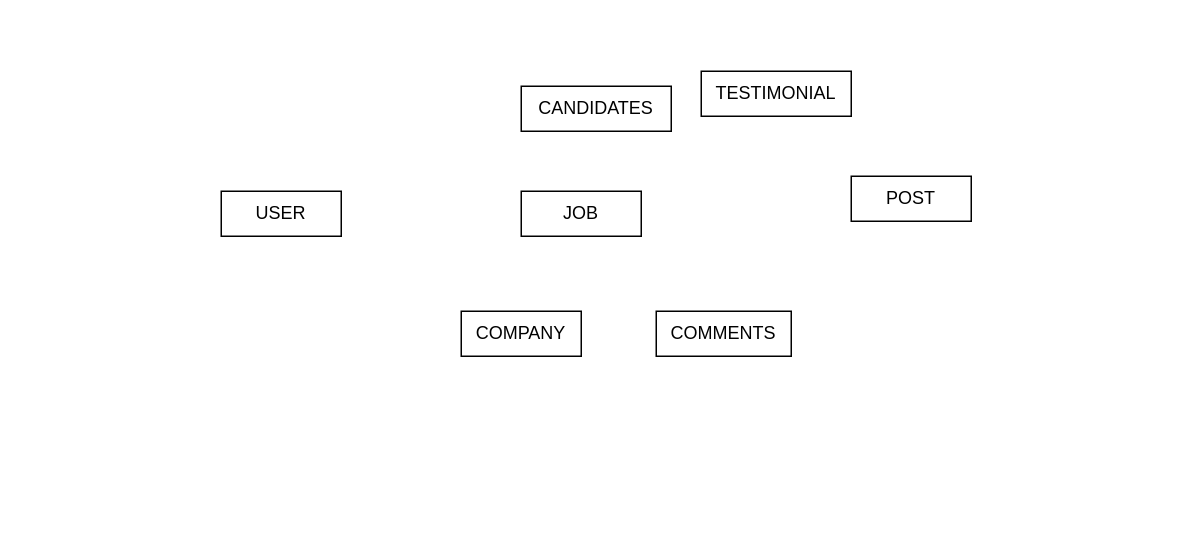
Earlier version of the draw.io diagram LokProWebsite.drawio (wetofu/LokPro). Source tidied: cells renumbered, new cells numbered last; positions are measured from the earlier drawing's top-left corner, leaving out a move shared by most shapes. Both pictures are drawn from the tidied source at 150%, with x=0, y=0 at pixel (220, 70).
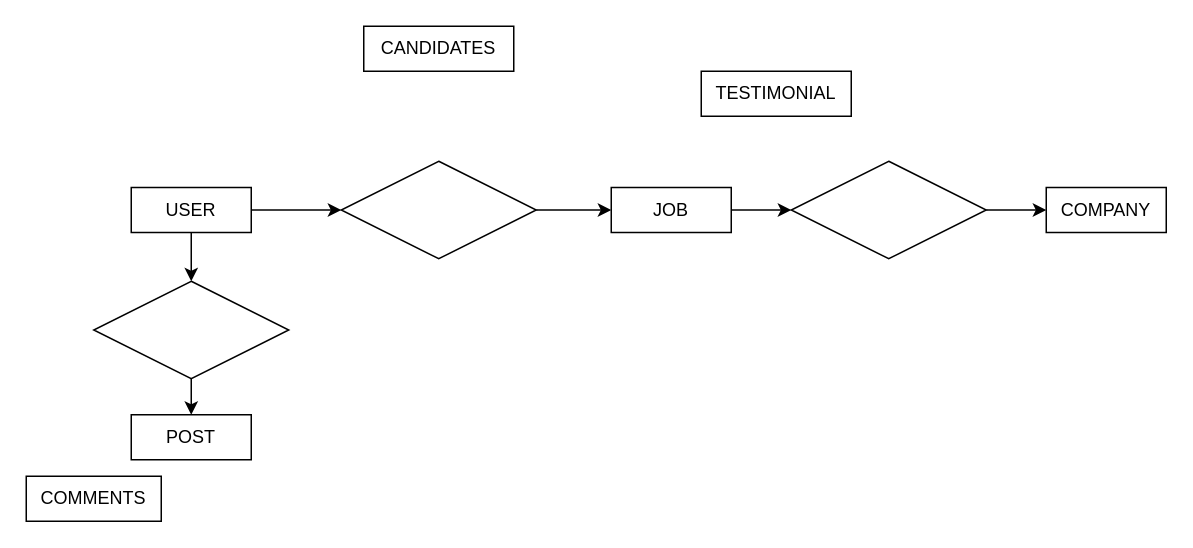
Above is the later version.

Change to the diagram source:
```diff
@@
 <mxGraphModel>
   <root>
     <mxCell id="0" />
     <mxCell id="1" parent="0" />
+    <mxCell id="9" style="edgeStyle=orthogonalEdgeStyle;rounded=0;jettySize=auto;html=1;" parent="1" edge="1" source="2" target="13">
+      <mxGeometry relative="1" as="geometry" />
+    </mxCell>
+    <mxCell id="10" style="edgeStyle=orthogonalEdgeStyle;rounded=0;jettySize=auto;html=1;entryX=0.5;entryY=0;entryDx=0;entryDy=0;" parent="1" edge="1" source="2" target="15">
+      <mxGeometry relative="1" as="geometry" />
+    </mxCell>
     <mxCell id="2" value="USER" style="rounded=0;whiteSpace=wrap;html=1;" parent="1" vertex="1">
-      <mxGeometry y="80" width="80" height="30" as="geometry" />
+      <mxGeometry x="-60" y="77.5" width="80" height="30" as="geometry" />
     </mxCell>
+    <mxCell id="11" style="edgeStyle=orthogonalEdgeStyle;rounded=0;jettySize=auto;html=1;" parent="1" edge="1" source="3" target="17">
+      <mxGeometry relative="1" as="geometry" />
+    </mxCell>
     <mxCell id="3" value="JOB" style="rounded=0;whiteSpace=wrap;html=1;" parent="1" vertex="1">
-      <mxGeometry x="200" y="80" width="80" height="30" as="geometry" />
+      <mxGeometry x="260" y="77.5" width="80" height="30" as="geometry" />
     </mxCell>
     <mxCell id="4" value="POST" style="rounded=0;whiteSpace=wrap;html=1;" parent="1" vertex="1">
-      <mxGeometry x="420" y="70" width="80" height="30" as="geometry" />
+      <mxGeometry x="-60" y="229" width="80" height="30" as="geometry" />
     </mxCell>
     <mxCell id="5" value="COMPANY" style="rounded=0;whiteSpace=wrap;html=1;" parent="1" vertex="1">
-      <mxGeometry x="160" y="160" width="80" height="30" as="geometry" />
+      <mxGeometry x="550" y="77.5" width="80" height="30" as="geometry" />
     </mxCell>
     <mxCell id="6" value="COMMENTS" style="rounded=0;whiteSpace=wrap;html=1;" parent="1" vertex="1">
-      <mxGeometry x="290" y="160" width="90" height="30" as="geometry" />
+      <mxGeometry x="-130" y="270" width="90" height="30" as="geometry" />
     </mxCell>
     <mxCell id="7" value="CANDIDATES" style="rounded=0;whiteSpace=wrap;html=1;" parent="1" vertex="1">
-      <mxGeometry x="200" y="10" width="100" height="30" as="geometry" />
+      <mxGeometry x="95" y="-30" width="100" height="30" as="geometry" />
     </mxCell>
     <mxCell id="8" value="TESTIMONIAL" style="rounded=0;whiteSpace=wrap;html=1;" parent="1" vertex="1">
       <mxGeometry x="320" width="100" height="30" as="geometry" />
     </mxCell>
+    <mxCell id="12" style="edgeStyle=orthogonalEdgeStyle;rounded=0;jettySize=auto;html=1;" parent="1" edge="1" source="13" target="3">
+      <mxGeometry relative="1" as="geometry" />
+    </mxCell>
+    <mxCell id="13" style="rhombus;whiteSpace=wrap;html=1;" parent="1" vertex="1">
+      <mxGeometry x="80" y="60" width="130" height="65" as="geometry" />
+    </mxCell>
+    <mxCell id="14" style="edgeStyle=orthogonalEdgeStyle;rounded=0;jettySize=auto;html=1;" parent="1" edge="1" source="15" target="4">
+      <mxGeometry relative="1" as="geometry" />
+    </mxCell>
+    <mxCell id="15" style="rhombus;whiteSpace=wrap;html=1;" parent="1" vertex="1">
+      <mxGeometry x="-85" y="140" width="130" height="65" as="geometry" />
+    </mxCell>
+    <mxCell id="16" style="edgeStyle=orthogonalEdgeStyle;rounded=0;jettySize=auto;html=1;" parent="1" edge="1" source="17" target="5">
+      <mxGeometry relative="1" as="geometry" />
+    </mxCell>
+    <mxCell id="17" style="rhombus;whiteSpace=wrap;html=1;" parent="1" vertex="1">
+      <mxGeometry x="380" y="60" width="130" height="65" as="geometry" />
+    </mxCell>
   </root>
 </mxGraphModel>
```
